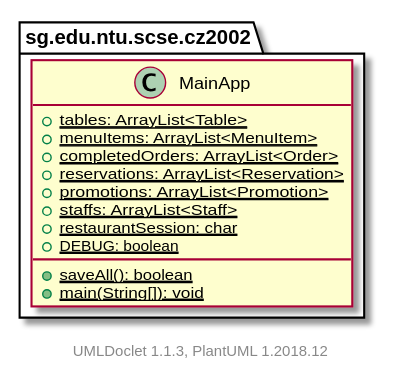
This is projects/oodp/html/umlversion/uml/sg.edu.ntu.scse.cz2002.package.svg from itachi1706/How-to-use-Git-NTUSCSE1819-Site, a PlantUML export, as it was before one commit.
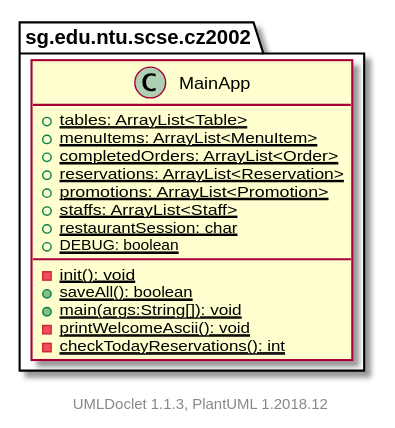
Later version of the same file.

Diff of the diagram source:
```diff
@@ -2,7 +2,7 @@
 
     namespace sg.edu.ntu.scse.cz2002 {
 
-        class MainApp {
+        class MainApp [[../sg/edu/ntu/scse/cz2002/MainApp.html]] {
             {static} +tables: ArrayList<Table>
             {static} +menuItems: ArrayList<MenuItem>
             {static} +completedOrders: ArrayList<Order>
@@ -11,8 +11,11 @@
             {static} +staffs: ArrayList<Staff>
             {static} +restaurantSession: char
             {static} +DEBUG: boolean
+            {static} -init(): void
             {static} +saveAll(): boolean
-            {static} +main(String[]): void
+            {static} +main(args:String[]): void
+            {static} -printWelcomeAscii(): void
+            {static} -checkTodayReservations(): int
         }
 
     }
```
